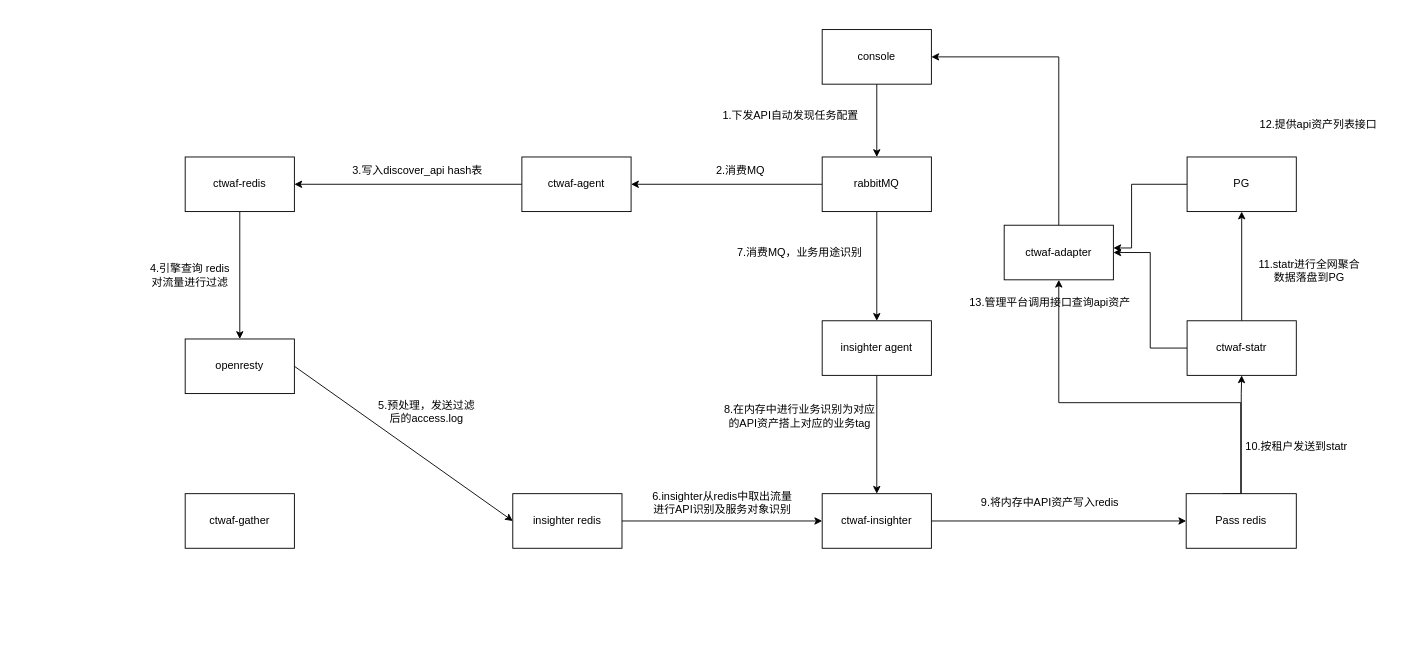
Before: 未命名绘图.drawio in allurelzh/flask_demo, a draw.io diagram. Source tidied: cells renumbered, new cells numbered last; positions are measured from the earlier drawing's top-left corner, leaving out a move shared by most shapes. Both pictures are drawn from the tidied source at 91%, with x=0, y=0 at pixel (139, 29).
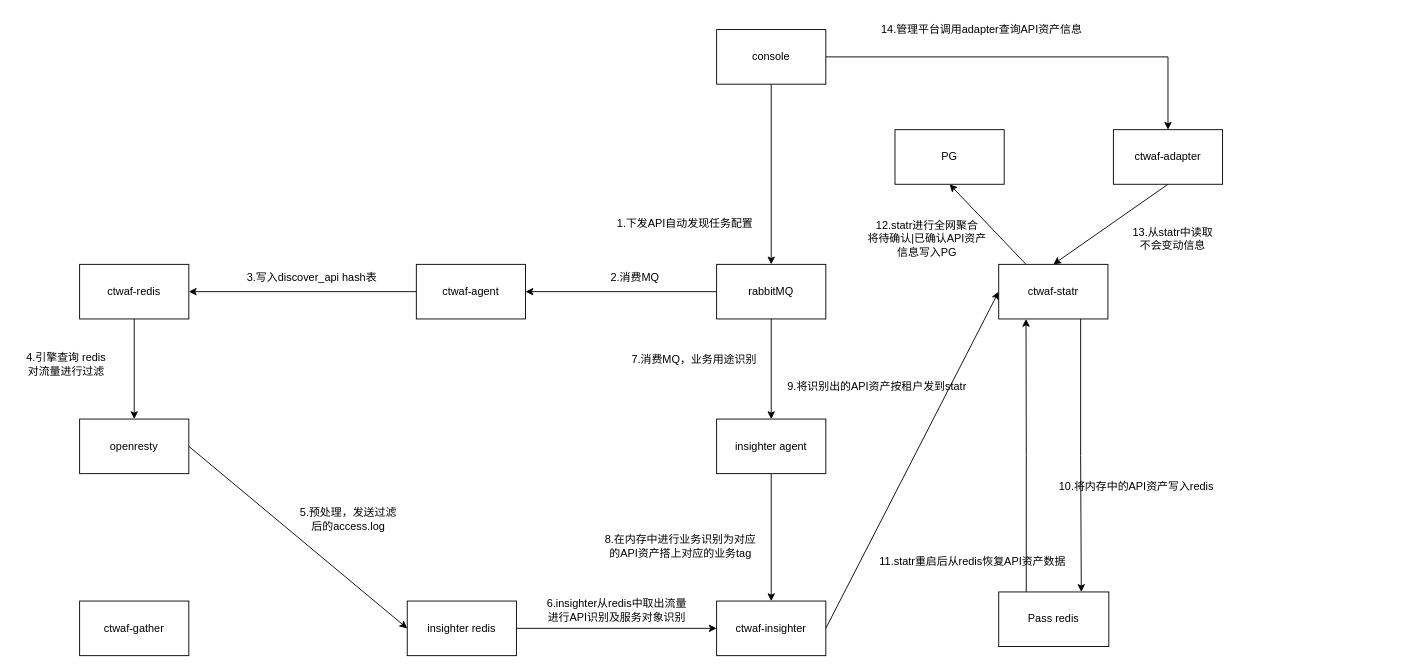
The same diagram, later.

Commit message:
API自动发现任务.drawio

What changed in the source:
```diff
@@
     <mxCell id="3" value="ctwaf-redis" style="rounded=0;whiteSpace=wrap;html=1;" parent="1" vertex="1">
-      <mxGeometry x="50" y="140" width="120" height="60" as="geometry" />
+      <mxGeometry x="-66" y="258" width="120" height="60" as="geometry" />
     </mxCell>
@@
     <mxCell id="5" value="openresty" style="rounded=0;whiteSpace=wrap;html=1;" parent="1" vertex="1">
-      <mxGeometry x="50" y="340" width="120" height="60" as="geometry" />
+      <mxGeometry x="-66" y="428" width="120" height="60" as="geometry" />
     </mxCell>
@@
+    <mxCell id="43" style="edgeStyle=orthogonalEdgeStyle;rounded=0;jettySize=auto;html=1;exitX=1;exitY=0.5;exitDx=0;exitDy=0;" parent="1" edge="1" source="7" target="40">
+      <mxGeometry relative="1" as="geometry" />
+    </mxCell>
     <mxCell id="7" value="console" style="rounded=0;whiteSpace=wrap;html=1;" parent="1" vertex="1">
-      <mxGeometry x="750" width="120" height="60" as="geometry" />
+      <mxGeometry x="634" width="120" height="60" as="geometry" />
     </mxCell>
@@
     <mxCell id="10" value="rabbitMQ" style="rounded=0;whiteSpace=wrap;html=1;" parent="1" vertex="1">
-      <mxGeometry x="750" y="140" width="120" height="60" as="geometry" />
+      <mxGeometry x="634" y="258" width="120" height="60" as="geometry" />
     </mxCell>
@@
     <mxCell id="12" value="ctwaf-agent" style="rounded=0;whiteSpace=wrap;html=1;" parent="1" vertex="1">
-      <mxGeometry x="420" y="140" width="120" height="60" as="geometry" />
+      <mxGeometry x="304" y="258" width="120" height="60" as="geometry" />
     </mxCell>
     <mxCell id="13" value="1.下发API自动发现任务配置" style="text;html=1;align=center;verticalAlign=middle;strokeColor=none;fillColor=none;" parent="1" vertex="1">
-      <mxGeometry x="630" y="80" width="170" height="30" as="geometry" />
+      <mxGeometry x="514" y="198" width="170" height="30" as="geometry" />
     </mxCell>
     <mxCell id="14" value="2.消费MQ" style="text;html=1;align=center;verticalAlign=middle;strokeColor=none;fillColor=none;" parent="1" vertex="1">
-      <mxGeometry x="620" y="140" width="80" height="30" as="geometry" />
+      <mxGeometry x="504" y="258" width="80" height="30" as="geometry" />
     </mxCell>
     <mxCell id="15" value="3.写入discover_api&amp;nbsp;&lt;span style=&quot;background-color: initial;&quot;&gt;hash表&lt;/span&gt;" style="text;html=1;align=center;verticalAlign=middle;strokeColor=none;fillColor=none;" parent="1" vertex="1">
-      <mxGeometry x="220" y="140" width="170" height="30" as="geometry" />
+      <mxGeometry x="104" y="258" width="170" height="30" as="geometry" />
     </mxCell>
     <mxCell id="16" value="4.引擎查询 redis&lt;div&gt;对流量进行过滤&lt;/div&gt;" style="text;html=1;align=center;verticalAlign=middle;strokeColor=none;fillColor=none;" parent="1" vertex="1">
-      <mxGeometry y="250" width="110" height="40" as="geometry" />
+      <mxGeometry x="-136" y="348" width="110" height="40" as="geometry" />
     </mxCell>
-    <mxCell id="17" style="edgeStyle=orthogonalEdgeStyle;rounded=0;jettySize=auto;html=1;exitX=1;exitY=0.5;exitDx=0;exitDy=0;entryX=0;entryY=0.5;entryDx=0;entryDy=0;" parent="1" edge="1" source="18" target="30">
-      <mxGeometry relative="1" as="geometry" />
-    </mxCell>
+    <mxCell id="44" style="rounded=0;jettySize=auto;html=1;exitX=1;exitY=0.5;exitDx=0;exitDy=0;entryX=0;entryY=0.5;entryDx=0;entryDy=0;" parent="1" edge="1" source="18" target="34">
+      <mxGeometry relative="1" as="geometry" />
+    </mxCell>
     <mxCell id="18" value="ctwaf-insighter" style="rounded=0;whiteSpace=wrap;html=1;" parent="1" vertex="1">
-      <mxGeometry x="750" y="510" width="120" height="60" as="geometry" />
+      <mxGeometry x="634" y="628" width="120" height="60" as="geometry" />
     </mxCell>
@@
     <mxCell id="20" value="insighter redis" style="rounded=0;whiteSpace=wrap;html=1;" parent="1" vertex="1">
-      <mxGeometry x="410" y="510" width="120" height="60" as="geometry" />
+      <mxGeometry x="294" y="628" width="120" height="60" as="geometry" />
     </mxCell>
@@
     <mxCell id="22" value="insighter agent" style="rounded=0;whiteSpace=wrap;html=1;" parent="1" vertex="1">
-      <mxGeometry x="750" y="320" width="120" height="60" as="geometry" />
+      <mxGeometry x="634" y="428" width="120" height="60" as="geometry" />
     </mxCell>
     <mxCell id="23" value="7.消费MQ，业务用途识别" style="text;html=1;align=center;verticalAlign=middle;strokeColor=none;fillColor=none;" parent="1" vertex="1">
-      <mxGeometry x="645" y="230" width="160" height="30" as="geometry" />
+      <mxGeometry x="529" y="348" width="160" height="30" as="geometry" />
     </mxCell>
     <mxCell id="24" value="ctwaf-gather" style="rounded=0;whiteSpace=wrap;html=1;" parent="1" vertex="1">
-      <mxGeometry x="50" y="510" width="120" height="60" as="geometry" />
+      <mxGeometry x="-66" y="628" width="120" height="60" as="geometry" />
     </mxCell>
     <mxCell id="25" value="5.预处理，发送过滤&lt;div&gt;后&lt;span style=&quot;background-color: initial;&quot;&gt;的&lt;/span&gt;&lt;span style=&quot;background-color: initial;&quot;&gt;access.log&lt;/span&gt;&lt;/div&gt;" style="text;html=1;align=center;verticalAlign=middle;strokeColor=none;fillColor=none;" parent="1" vertex="1">
-      <mxGeometry x="250" y="400" width="130" height="40" as="geometry" />
+      <mxGeometry x="164" y="518" width="130" height="40" as="geometry" />
     </mxCell>
     <mxCell id="26" value="6.insighter从redis中取出&lt;span style=&quot;background-color: initial;&quot;&gt;流量&lt;/span&gt;&lt;div&gt;&lt;span style=&quot;background-color: initial;&quot;&gt;进行API识别及服务对象识别&lt;/span&gt;&lt;/div&gt;" style="text;html=1;align=center;verticalAlign=middle;strokeColor=none;fillColor=none;" parent="1" vertex="1">
-      <mxGeometry x="550" y="500" width="180" height="40" as="geometry" />
+      <mxGeometry x="434" y="618" width="180" height="40" as="geometry" />
     </mxCell>
     <mxCell id="27" value="8.在内存中进行业务识别为对应&lt;div&gt;的API资产搭上对应的业务tag&lt;br&gt;&lt;/div&gt;" style="text;html=1;align=center;verticalAlign=middle;strokeColor=none;fillColor=none;" parent="1" vertex="1">
-      <mxGeometry x="630" y="405" width="190" height="40" as="geometry" />
+      <mxGeometry x="499" y="548" width="190" height="40" as="geometry" />
     </mxCell>
-    <mxCell id="28" style="edgeStyle=orthogonalEdgeStyle;rounded=0;jettySize=auto;html=1;exitX=0.5;exitY=0;exitDx=0;exitDy=0;entryX=0.5;entryY=1;entryDx=0;entryDy=0;" parent="1" edge="1" source="30" target="34">
-      <mxGeometry relative="1" as="geometry">
-        <Array as="points">
-          <mxPoint x="1211" y="400" />
-          <mxPoint x="1211" y="400" />
-        </Array>
-      </mxGeometry>
+    <mxCell id="28" style="edgeStyle=orthogonalEdgeStyle;rounded=0;jettySize=auto;html=1;exitX=0.25;exitY=0;exitDx=0;exitDy=0;entryX=0.25;entryY=1;entryDx=0;entryDy=0;" parent="1" edge="1" source="30" target="34">
+      <mxGeometry relative="1" as="geometry" />
     </mxCell>
-    <mxCell id="29" style="edgeStyle=orthogonalEdgeStyle;rounded=0;jettySize=auto;html=1;exitX=0.331;exitY=0;exitDx=0;exitDy=0;entryX=0.5;entryY=1;entryDx=0;entryDy=0;exitPerimeter=0;" parent="1" edge="1" source="30" target="40">
-      <mxGeometry relative="1" as="geometry">
-        <Array as="points">
-          <mxPoint x="1210" y="510" />
-          <mxPoint x="1210" y="410" />
-          <mxPoint x="1010" y="410" />
-        </Array>
-      </mxGeometry>
-    </mxCell>
     <mxCell id="30" value="Pass redis" style="rounded=0;whiteSpace=wrap;html=1;" parent="1" vertex="1">
-      <mxGeometry x="1150" y="510" width="121" height="60" as="geometry" />
+      <mxGeometry x="944" y="618" width="121" height="60" as="geometry" />
     </mxCell>
-    <mxCell id="31" value="9.将内存中API资产写入redis" style="text;html=1;align=center;verticalAlign=middle;strokeColor=none;fillColor=none;" parent="1" vertex="1">
-      <mxGeometry x="915" y="505" width="170" height="30" as="geometry" />
+    <mxCell id="31" value="9.将识别出的API资产按租户发到statr" style="text;html=1;align=center;verticalAlign=middle;strokeColor=none;fillColor=none;rotation=0;" parent="1" vertex="1">
+      <mxGeometry x="700" y="378" width="220" height="30" as="geometry" />
     </mxCell>
+    <mxCell id="45" style="edgeStyle=orthogonalEdgeStyle;rounded=0;jettySize=auto;html=1;exitX=0.75;exitY=1;exitDx=0;exitDy=0;entryX=0.75;entryY=0;entryDx=0;entryDy=0;" parent="1" edge="1" source="34" target="30">
+      <mxGeometry relative="1" as="geometry" />
+    </mxCell>
-    <mxCell id="32" style="edgeStyle=orthogonalEdgeStyle;rounded=0;jettySize=auto;html=1;exitX=0.5;exitY=0;exitDx=0;exitDy=0;" parent="1" edge="1" source="34" target="37">
+    <mxCell id="32" style="rounded=0;jettySize=auto;html=1;exitX=0.25;exitY=0;exitDx=0;exitDy=0;entryX=0.5;entryY=1;entryDx=0;entryDy=0;" parent="1" edge="1" source="34" target="37">
       <mxGeometry relative="1" as="geometry" />
     </mxCell>
-    <mxCell id="33" style="edgeStyle=orthogonalEdgeStyle;rounded=0;jettySize=auto;html=1;exitX=0;exitY=0.5;exitDx=0;exitDy=0;entryX=1;entryY=0.5;entryDx=0;entryDy=0;" parent="1" edge="1" source="34" target="40">
-      <mxGeometry relative="1" as="geometry" />
-    </mxCell>
     <mxCell id="34" value="ctwaf-statr" style="rounded=0;whiteSpace=wrap;html=1;" parent="1" vertex="1">
-      <mxGeometry x="1151" y="320" width="120" height="60" as="geometry" />
+      <mxGeometry x="944" y="258" width="120" height="60" as="geometry" />
     </mxCell>
-    <mxCell id="35" value="10.按租户发送到statr" style="text;html=1;align=center;verticalAlign=middle;strokeColor=none;fillColor=none;" parent="1" vertex="1">
-      <mxGeometry x="1201" y="443" width="140" height="30" as="geometry" />
+    <mxCell id="35" value="10.将内存中的API资产写入redis" style="text;html=1;align=center;verticalAlign=middle;strokeColor=none;fillColor=none;" parent="1" vertex="1">
+      <mxGeometry x="1000" y="488" width="190" height="30" as="geometry" />
     </mxCell>
-    <mxCell id="36" style="edgeStyle=orthogonalEdgeStyle;rounded=0;jettySize=auto;html=1;exitX=0;exitY=0.5;exitDx=0;exitDy=0;" parent="1" edge="1" source="37">
-      <mxGeometry relative="1" as="geometry">
-        <mxPoint x="1070" y="240" as="targetPoint" />
-        <Array as="points">
-          <mxPoint x="1090" y="170" />
-          <mxPoint x="1090" y="240" />
-        </Array>
-      </mxGeometry>
-    </mxCell>
     <mxCell id="37" value="PG" style="rounded=0;whiteSpace=wrap;html=1;" parent="1" vertex="1">
-      <mxGeometry x="1151" y="140" width="120" height="60" as="geometry" />
+      <mxGeometry x="830" y="110" width="120" height="60" as="geometry" />
     </mxCell>
-    <mxCell id="38" value="11.statr进行全网聚合&lt;div&gt;数据落盘到PG&lt;/div&gt;" style="text;html=1;align=center;verticalAlign=middle;strokeColor=none;fillColor=none;" parent="1" vertex="1">
-      <mxGeometry x="1220" y="245" width="130" height="40" as="geometry" />
-    </mxCell>
-    <mxCell id="39" style="edgeStyle=orthogonalEdgeStyle;rounded=0;jettySize=auto;html=1;exitX=0.5;exitY=0;exitDx=0;exitDy=0;entryX=1;entryY=0.5;entryDx=0;entryDy=0;" parent="1" edge="1" source="40" target="7">
-      <mxGeometry relative="1" as="geometry" />
-    </mxCell>
+    <mxCell id="46" style="rounded=0;jettySize=auto;html=1;exitX=0.5;exitY=1;exitDx=0;exitDy=0;entryX=0.5;entryY=0;entryDx=0;entryDy=0;" parent="1" edge="1" source="40" target="34">
+      <mxGeometry relative="1" as="geometry" />
+    </mxCell>
     <mxCell id="40" value="ctwaf-adapter" style="rounded=0;whiteSpace=wrap;html=1;" parent="1" vertex="1">
-      <mxGeometry x="950" y="215" width="120" height="60" as="geometry" />
+      <mxGeometry x="1070" y="110" width="120" height="60" as="geometry" />
     </mxCell>
-    <mxCell id="41" value="12.提供api资产列表接口" style="text;html=1;align=center;verticalAlign=middle;strokeColor=none;fillColor=none;" parent="1" vertex="1">
-      <mxGeometry x="1220" y="90" width="150" height="30" as="geometry" />
-    </mxCell>
-    <mxCell id="42" value="13.管理平台调用接口查询api资产" style="text;html=1;align=center;verticalAlign=middle;strokeColor=none;fillColor=none;" parent="1" vertex="1">
-      <mxGeometry x="900" y="285" width="200" height="30" as="geometry" />
-    </mxCell>
+    <mxCell id="47" value="11.statr重启后从redis恢复API资产数据" style="text;html=1;align=center;verticalAlign=middle;strokeColor=none;fillColor=none;" parent="1" vertex="1">
+      <mxGeometry x="800" y="570" width="230" height="30" as="geometry" />
+    </mxCell>
+    <mxCell id="48" value="12.statr进行全网聚合&lt;div&gt;将待确认|已确认API资产&lt;/div&gt;&lt;div&gt;信息写入PG&lt;/div&gt;" style="text;html=1;align=center;verticalAlign=middle;strokeColor=none;fillColor=none;" parent="1" vertex="1">
+      <mxGeometry x="790" y="200" width="150" height="60" as="geometry" />
+    </mxCell>
+    <mxCell id="49" value="13.从statr中读取&lt;div&gt;&lt;span style=&quot;background-color: initial;&quot;&gt;不会变动信息&lt;/span&gt;&lt;/div&gt;" style="text;html=1;align=center;verticalAlign=middle;strokeColor=none;fillColor=none;" parent="1" vertex="1">
+      <mxGeometry x="1080" y="210" width="110" height="40" as="geometry" />
+    </mxCell>
+    <mxCell id="50" value="14.管理平台调用adapter查询API资产信息" style="text;html=1;align=center;verticalAlign=middle;strokeColor=none;fillColor=none;" parent="1" vertex="1">
+      <mxGeometry x="805" y="-15" width="240" height="30" as="geometry" />
+    </mxCell>
```
